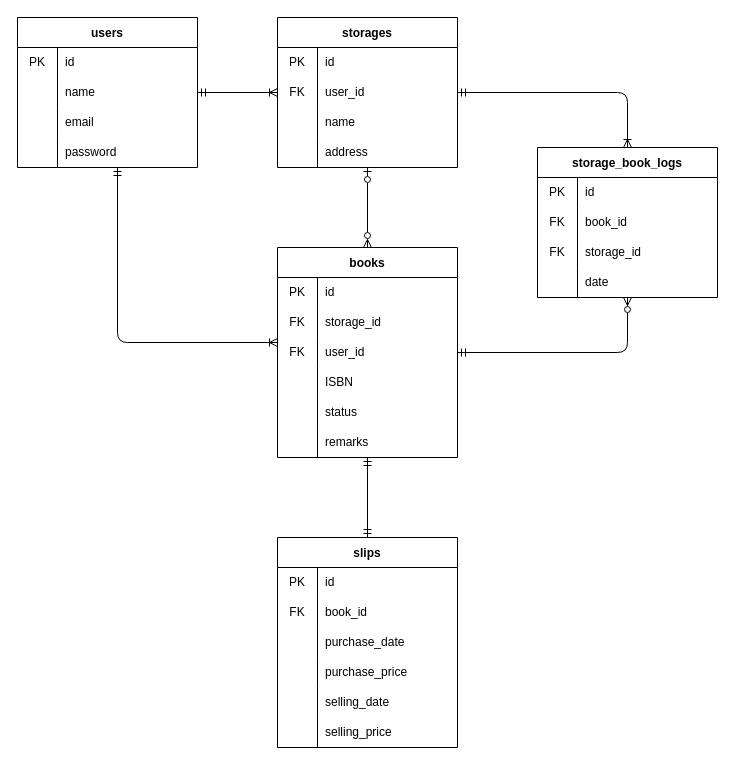
This is specs/ERdiagram.drawio from typ2-f/yuzora, a draw.io file, before an edit. Source tidied: cells renumbered, new cells numbered last; positions are measured from the earlier drawing's top-left corner, leaving out a move shared by most shapes. Both pictures are drawn from the tidied source at 100%, with x=0, y=0 at pixel (17, 17).
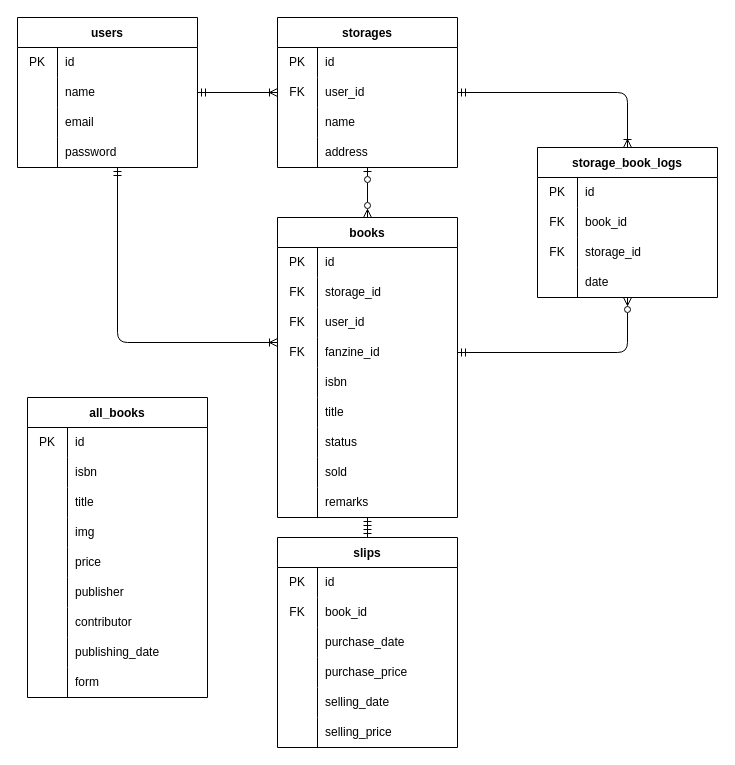
Above is the later version.

The change refers to these unchanged cells:
```xml
<mxCell id="28" style="shape=tableRow;horizontal=0;startSize=0;swimlaneHead=0;swimlaneBody=0;top=0;left=0;bottom=0;right=0;fillColor=none;" parent="18" vertex="1">
  <mxGeometry y="120" width="180" height="30" as="geometry" />
</mxCell>
```

Diff of the diagram source:
```diff
@@
     <mxCell id="18" value="books" style="shape=table;startSize=30;childLayout=tableLayout;rowLines=0;fontStyle=1;" parent="1" vertex="1">
-      <mxGeometry x="260" y="230" width="180" height="210" as="geometry" />
+      <mxGeometry x="260" y="200" width="180" height="300" as="geometry" />
     </mxCell>
@@
-    <mxCell id="29" style="shape=partialRectangle;html=1;whiteSpace=wrap;fillColor=none;top=0;left=0;bottom=0;right=0;overflow=hidden;" parent="28" vertex="1">
+    <mxCell id="29" value="FK" style="shape=partialRectangle;html=1;whiteSpace=wrap;fillColor=none;top=0;left=0;bottom=0;right=0;overflow=hidden;" parent="28" vertex="1">
       <mxGeometry width="40" height="30" as="geometry" />
     </mxCell>
-    <mxCell id="30" value="ISBN" style="shape=partialRectangle;html=1;whiteSpace=wrap;fillColor=none;top=0;left=0;bottom=0;right=0;align=left;spacingLeft=6;overflow=hidden;" parent="28" vertex="1">
+    <mxCell id="30" value="fanzine_id" style="shape=partialRectangle;html=1;whiteSpace=wrap;fillColor=none;top=0;left=0;bottom=0;right=0;align=left;spacingLeft=6;overflow=hidden;" parent="28" vertex="1">
       <mxGeometry x="40" width="140" height="30" as="geometry" />
     </mxCell>
+    <mxCell id="85" style="shape=tableRow;horizontal=0;startSize=0;swimlaneHead=0;swimlaneBody=0;top=0;left=0;bottom=0;right=0;fillColor=none;" parent="18" vertex="1">
+      <mxGeometry y="150" width="180" height="30" as="geometry" />
+    </mxCell>
+    <mxCell id="86" style="shape=partialRectangle;html=1;whiteSpace=wrap;fillColor=none;top=0;left=0;bottom=0;right=0;overflow=hidden;" parent="85" vertex="1">
+      <mxGeometry width="40" height="30" as="geometry" />
+    </mxCell>
+    <mxCell id="87" value="isbn" style="shape=partialRectangle;html=1;whiteSpace=wrap;fillColor=none;top=0;left=0;bottom=0;right=0;align=left;spacingLeft=6;overflow=hidden;" parent="85" vertex="1">
+      <mxGeometry x="40" width="140" height="30" as="geometry" />
+    </mxCell>
+    <mxCell id="88" style="shape=tableRow;horizontal=0;startSize=0;swimlaneHead=0;swimlaneBody=0;top=0;left=0;bottom=0;right=0;fillColor=none;" parent="18" vertex="1">
+      <mxGeometry y="180" width="180" height="30" as="geometry" />
+    </mxCell>
+    <mxCell id="89" style="shape=partialRectangle;html=1;whiteSpace=wrap;fillColor=none;top=0;left=0;bottom=0;right=0;overflow=hidden;" parent="88" vertex="1">
+      <mxGeometry width="40" height="30" as="geometry" />
+    </mxCell>
+    <mxCell id="90" value="title" style="shape=partialRectangle;html=1;whiteSpace=wrap;fillColor=none;top=0;left=0;bottom=0;right=0;align=left;spacingLeft=6;overflow=hidden;" parent="88" vertex="1">
+      <mxGeometry x="40" width="140" height="30" as="geometry" />
+    </mxCell>
     <mxCell id="31" style="shape=tableRow;horizontal=0;startSize=0;swimlaneHead=0;swimlaneBody=0;top=0;left=0;bottom=0;right=0;fillColor=none;" parent="18" vertex="1">
-      <mxGeometry y="150" width="180" height="30" as="geometry" />
+      <mxGeometry y="210" width="180" height="30" as="geometry" />
     </mxCell>
@@
     <mxCell id="34" style="shape=tableRow;horizontal=0;startSize=0;swimlaneHead=0;swimlaneBody=0;top=0;left=0;bottom=0;right=0;fillColor=none;" parent="18" vertex="1">
-      <mxGeometry y="180" width="180" height="30" as="geometry" />
+      <mxGeometry y="240" width="180" height="30" as="geometry" />
     </mxCell>
@@
-    <mxCell id="36" value="remarks" style="shape=partialRectangle;html=1;whiteSpace=wrap;fillColor=none;top=0;left=0;bottom=0;right=0;align=left;spacingLeft=6;overflow=hidden;" parent="34" vertex="1">
+    <mxCell id="36" value="sold" style="shape=partialRectangle;html=1;whiteSpace=wrap;fillColor=none;top=0;left=0;bottom=0;right=0;align=left;spacingLeft=6;overflow=hidden;" parent="34" vertex="1">
       <mxGeometry x="40" width="140" height="30" as="geometry" />
     </mxCell>
+    <mxCell id="91" style="shape=tableRow;horizontal=0;startSize=0;swimlaneHead=0;swimlaneBody=0;top=0;left=0;bottom=0;right=0;fillColor=none;" parent="18" vertex="1">
+      <mxGeometry y="270" width="180" height="30" as="geometry" />
+    </mxCell>
+    <mxCell id="92" style="shape=partialRectangle;html=1;whiteSpace=wrap;fillColor=none;top=0;left=0;bottom=0;right=0;overflow=hidden;" parent="91" vertex="1">
+      <mxGeometry width="40" height="30" as="geometry" />
+    </mxCell>
+    <mxCell id="93" value="remarks" style="shape=partialRectangle;html=1;whiteSpace=wrap;fillColor=none;top=0;left=0;bottom=0;right=0;align=left;spacingLeft=6;overflow=hidden;" parent="91" vertex="1">
+      <mxGeometry x="40" width="140" height="30" as="geometry" />
+    </mxCell>
@@
+    <mxCell id="94" value="all_books" style="shape=table;startSize=30;childLayout=tableLayout;rowLines=0;fontStyle=1;" parent="1" vertex="1">
+      <mxGeometry x="10" y="380" width="180" height="300" as="geometry" />
+    </mxCell>
+    <mxCell id="95" style="shape=tableRow;horizontal=0;startSize=0;swimlaneHead=0;swimlaneBody=0;top=0;left=0;bottom=0;right=0;fillColor=none;" parent="94" vertex="1">
+      <mxGeometry y="30" width="180" height="30" as="geometry" />
+    </mxCell>
+    <mxCell id="96" value="PK" style="shape=partialRectangle;html=1;whiteSpace=wrap;fillColor=none;top=0;left=0;bottom=0;right=0;overflow=hidden;" parent="95" vertex="1">
+      <mxGeometry width="40" height="30" as="geometry" />
+    </mxCell>
+    <mxCell id="97" value="id" style="shape=partialRectangle;html=1;whiteSpace=wrap;fillColor=none;top=0;left=0;bottom=0;right=0;align=left;spacingLeft=6;overflow=hidden;" parent="95" vertex="1">
+      <mxGeometry x="40" width="140" height="30" as="geometry" />
+    </mxCell>
+    <mxCell id="98" style="shape=tableRow;horizontal=0;startSize=0;swimlaneHead=0;swimlaneBody=0;top=0;left=0;bottom=0;right=0;fillColor=none;" parent="94" vertex="1">
+      <mxGeometry y="60" width="180" height="30" as="geometry" />
+    </mxCell>
+    <mxCell id="99" style="shape=partialRectangle;html=1;whiteSpace=wrap;fillColor=none;top=0;left=0;bottom=0;right=0;overflow=hidden;" parent="98" vertex="1">
+      <mxGeometry width="40" height="30" as="geometry" />
+    </mxCell>
+    <mxCell id="100" value="isbn" style="shape=partialRectangle;html=1;whiteSpace=wrap;fillColor=none;top=0;left=0;bottom=0;right=0;align=left;spacingLeft=6;overflow=hidden;" parent="98" vertex="1">
+      <mxGeometry x="40" width="140" height="30" as="geometry" />
+    </mxCell>
+    <mxCell id="101" style="shape=tableRow;horizontal=0;startSize=0;swimlaneHead=0;swimlaneBody=0;top=0;left=0;bottom=0;right=0;fillColor=none;" parent="94" vertex="1">
+      <mxGeometry y="90" width="180" height="30" as="geometry" />
+    </mxCell>
+    <mxCell id="102" style="shape=partialRectangle;html=1;whiteSpace=wrap;fillColor=none;top=0;left=0;bottom=0;right=0;overflow=hidden;" parent="101" vertex="1">
+      <mxGeometry width="40" height="30" as="geometry" />
+    </mxCell>
+    <mxCell id="103" value="title" style="shape=partialRectangle;html=1;whiteSpace=wrap;fillColor=none;top=0;left=0;bottom=0;right=0;align=left;spacingLeft=6;overflow=hidden;" parent="101" vertex="1">
+      <mxGeometry x="40" width="140" height="30" as="geometry" />
+    </mxCell>
+    <mxCell id="104" style="shape=tableRow;horizontal=0;startSize=0;swimlaneHead=0;swimlaneBody=0;top=0;left=0;bottom=0;right=0;fillColor=none;" parent="94" vertex="1">
+      <mxGeometry y="120" width="180" height="30" as="geometry" />
+    </mxCell>
+    <mxCell id="105" style="shape=partialRectangle;html=1;whiteSpace=wrap;fillColor=none;top=0;left=0;bottom=0;right=0;overflow=hidden;" parent="104" vertex="1">
+      <mxGeometry width="40" height="30" as="geometry" />
+    </mxCell>
+    <mxCell id="106" value="img" style="shape=partialRectangle;html=1;whiteSpace=wrap;fillColor=none;top=0;left=0;bottom=0;right=0;align=left;spacingLeft=6;overflow=hidden;" parent="104" vertex="1">
+      <mxGeometry x="40" width="140" height="30" as="geometry" />
+    </mxCell>
+    <mxCell id="107" style="shape=tableRow;horizontal=0;startSize=0;swimlaneHead=0;swimlaneBody=0;top=0;left=0;bottom=0;right=0;fillColor=none;" parent="94" vertex="1">
+      <mxGeometry y="150" width="180" height="30" as="geometry" />
+    </mxCell>
+    <mxCell id="108" style="shape=partialRectangle;html=1;whiteSpace=wrap;fillColor=none;top=0;left=0;bottom=0;right=0;overflow=hidden;" parent="107" vertex="1">
+      <mxGeometry width="40" height="30" as="geometry" />
+    </mxCell>
+    <mxCell id="109" value="price" style="shape=partialRectangle;html=1;whiteSpace=wrap;fillColor=none;top=0;left=0;bottom=0;right=0;align=left;spacingLeft=6;overflow=hidden;" parent="107" vertex="1">
+      <mxGeometry x="40" width="140" height="30" as="geometry" />
+    </mxCell>
+    <mxCell id="110" style="shape=tableRow;horizontal=0;startSize=0;swimlaneHead=0;swimlaneBody=0;top=0;left=0;bottom=0;right=0;fillColor=none;" parent="94" vertex="1">
+      <mxGeometry y="180" width="180" height="30" as="geometry" />
+    </mxCell>
+    <mxCell id="111" style="shape=partialRectangle;html=1;whiteSpace=wrap;fillColor=none;top=0;left=0;bottom=0;right=0;overflow=hidden;" parent="110" vertex="1">
+      <mxGeometry width="40" height="30" as="geometry" />
+    </mxCell>
+    <mxCell id="112" value="publisher" style="shape=partialRectangle;html=1;whiteSpace=wrap;fillColor=none;top=0;left=0;bottom=0;right=0;align=left;spacingLeft=6;overflow=hidden;" parent="110" vertex="1">
+      <mxGeometry x="40" width="140" height="30" as="geometry" />
+    </mxCell>
+    <mxCell id="113" style="shape=tableRow;horizontal=0;startSize=0;swimlaneHead=0;swimlaneBody=0;top=0;left=0;bottom=0;right=0;fillColor=none;" parent="94" vertex="1">
+      <mxGeometry y="210" width="180" height="30" as="geometry" />
+    </mxCell>
+    <mxCell id="114" style="shape=partialRectangle;html=1;whiteSpace=wrap;fillColor=none;top=0;left=0;bottom=0;right=0;overflow=hidden;" parent="113" vertex="1">
+      <mxGeometry width="40" height="30" as="geometry" />
+    </mxCell>
+    <mxCell id="115" value="contributor" style="shape=partialRectangle;html=1;whiteSpace=wrap;fillColor=none;top=0;left=0;bottom=0;right=0;align=left;spacingLeft=6;overflow=hidden;" parent="113" vertex="1">
+      <mxGeometry x="40" width="140" height="30" as="geometry" />
+    </mxCell>
+    <mxCell id="116" style="shape=tableRow;horizontal=0;startSize=0;swimlaneHead=0;swimlaneBody=0;top=0;left=0;bottom=0;right=0;fillColor=none;" parent="94" vertex="1">
+      <mxGeometry y="240" width="180" height="30" as="geometry" />
+    </mxCell>
+    <mxCell id="117" style="shape=partialRectangle;html=1;whiteSpace=wrap;fillColor=none;top=0;left=0;bottom=0;right=0;overflow=hidden;" parent="116" vertex="1">
+      <mxGeometry width="40" height="30" as="geometry" />
+    </mxCell>
+    <mxCell id="118" value="publishing_date" style="shape=partialRectangle;html=1;whiteSpace=wrap;fillColor=none;top=0;left=0;bottom=0;right=0;align=left;spacingLeft=6;overflow=hidden;" parent="116" vertex="1">
+      <mxGeometry x="40" width="140" height="30" as="geometry" />
+    </mxCell>
+    <mxCell id="119" style="shape=tableRow;horizontal=0;startSize=0;swimlaneHead=0;swimlaneBody=0;top=0;left=0;bottom=0;right=0;fillColor=none;" parent="94" vertex="1">
+      <mxGeometry y="270" width="180" height="30" as="geometry" />
+    </mxCell>
+    <mxCell id="120" style="shape=partialRectangle;html=1;whiteSpace=wrap;fillColor=none;top=0;left=0;bottom=0;right=0;overflow=hidden;" parent="119" vertex="1">
+      <mxGeometry width="40" height="30" as="geometry" />
+    </mxCell>
+    <mxCell id="121" value="form" style="shape=partialRectangle;html=1;whiteSpace=wrap;fillColor=none;top=0;left=0;bottom=0;right=0;align=left;spacingLeft=6;overflow=hidden;" parent="119" vertex="1">
+      <mxGeometry x="40" width="140" height="30" as="geometry" />
+    </mxCell>
```
